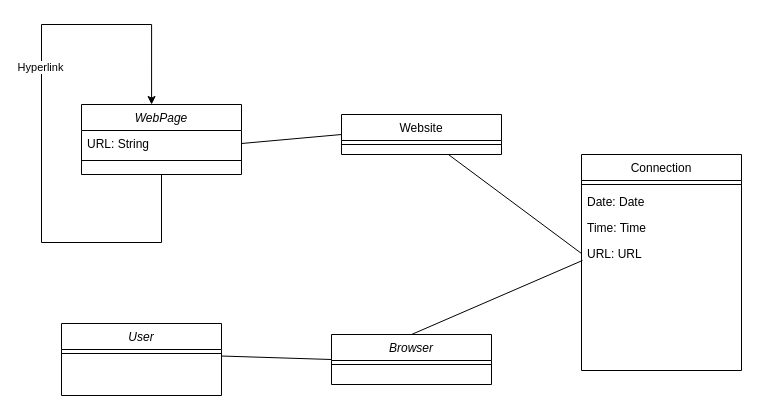
Earlier version of the draw.io diagram ex2.drawio (lopez-gina/Jenkins1). Source tidied: cells renumbered, new cells numbered last; positions are measured from the earlier drawing's top-left corner, leaving out a move shared by most shapes. Both pictures are drawn from the tidied source at 100%, with x=0, y=0 at pixel (41, 24).
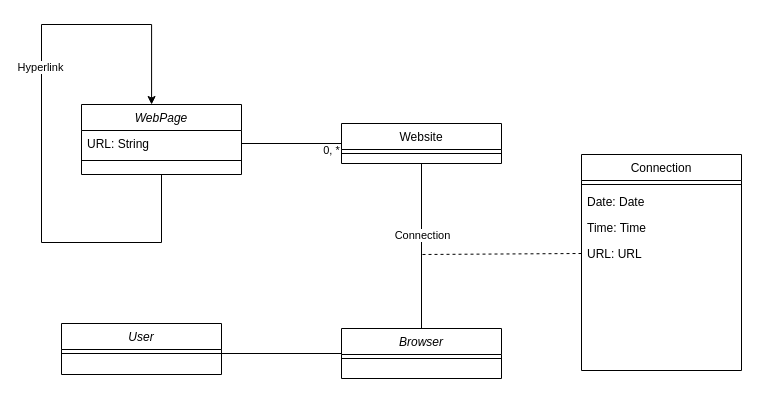
The same page after the edit.

The change refers to these unchanged cells:
```xml
<mxCell id="18" value="URL: URL" style="text;align=left;verticalAlign=top;spacingLeft=4;spacingRight=4;overflow=hidden;points=[[0,0.5],[1,0.5]];portConstraint=eastwest;" parent="14" vertex="1">
  <mxGeometry y="86" width="160" height="26" as="geometry" />
</mxCell>
<mxCell id="19" style="endArrow=none;html=1;rounded=0;entryX=0;entryY=0.5;entryDx=0;entryDy=0;exitX=1;exitY=0.5;exitDx=0;exitDy=0;" parent="1" edge="1" source="3" target="5">
  <mxGeometry relative="1" as="geometry" />
</mxCell>
```

Diff of the diagram source:
```diff
@@
     <mxCell id="5" value="Website" style="swimlane;fontStyle=0;align=center;verticalAlign=top;horizontal=1;startSize=26;rounded=0;shadow=0;strokeWidth=1;" parent="1" vertex="1">
-      <mxGeometry x="300" y="90" width="160" height="40" as="geometry" />
+      <mxGeometry x="300" y="99" width="160" height="40" as="geometry" />
     </mxCell>
@@
     <mxCell id="7" value="User" style="swimlane;fontStyle=2;align=center;verticalAlign=top;horizontal=1;startSize=26;rounded=0;shadow=0;strokeWidth=1;" parent="1" vertex="1">
-      <mxGeometry x="20" y="299" width="160" height="72" as="geometry" />
+      <mxGeometry x="20" y="299" width="160" height="51" as="geometry" />
     </mxCell>
@@
     <mxCell id="11" value="Browser" style="swimlane;fontStyle=2;align=center;verticalAlign=top;horizontal=1;startSize=26;rounded=0;shadow=0;strokeWidth=1;" parent="1" vertex="1">
-      <mxGeometry x="290" y="310" width="160" height="50" as="geometry" />
+      <mxGeometry x="300" y="304" width="160" height="50" as="geometry" />
     </mxCell>
@@
+    <mxCell id="22" style="endArrow=none;html=1;rounded=0;entryX=0.5;entryY=1;entryDx=0;entryDy=0;" parent="1" edge="1" source="11" target="5">
+      <mxGeometry relative="1" as="geometry" />
+    </mxCell>
+    <mxCell id="23" value="Connection" style="edgeLabel;html=1;align=center;verticalAlign=middle;" parent="22" vertex="1">
+      <mxGeometry x="0.14" relative="1" as="geometry" />
+    </mxCell>
+    <mxCell id="24" style="endArrow=none;dashed=1;html=1;rounded=0;exitX=0;exitY=0.5;exitDx=0;exitDy=0;" parent="1" edge="1" source="18">
+      <mxGeometry relative="1" as="geometry">
+        <mxPoint x="380" y="230" as="targetPoint" />
+      </mxGeometry>
+    </mxCell>
@@
-    <mxCell id="20" style="endArrow=none;html=1;rounded=0;exitX=0;exitY=0.5;exitDx=0;exitDy=0;" parent="1" edge="1" source="18" target="5">
-      <mxGeometry relative="1" as="geometry" />
-    </mxCell>
-    <mxCell id="21" style="endArrow=none;html=1;rounded=0;entryX=0.006;entryY=0.769;entryDx=0;entryDy=0;entryPerimeter=0;exitX=0.5;exitY=0;exitDx=0;exitDy=0;" parent="1" edge="1" source="11" target="18">
-      <mxGeometry relative="1" as="geometry" />
-    </mxCell>
+    <mxCell id="25" value="0, *" style="edgeLabel;html=1;align=center;verticalAlign=middle;" parent="19" vertex="1">
+      <mxGeometry x="0.3" y="-3" relative="1" as="geometry">
+        <mxPoint x="24" y="3" as="offset" />
+      </mxGeometry>
+    </mxCell>
```
